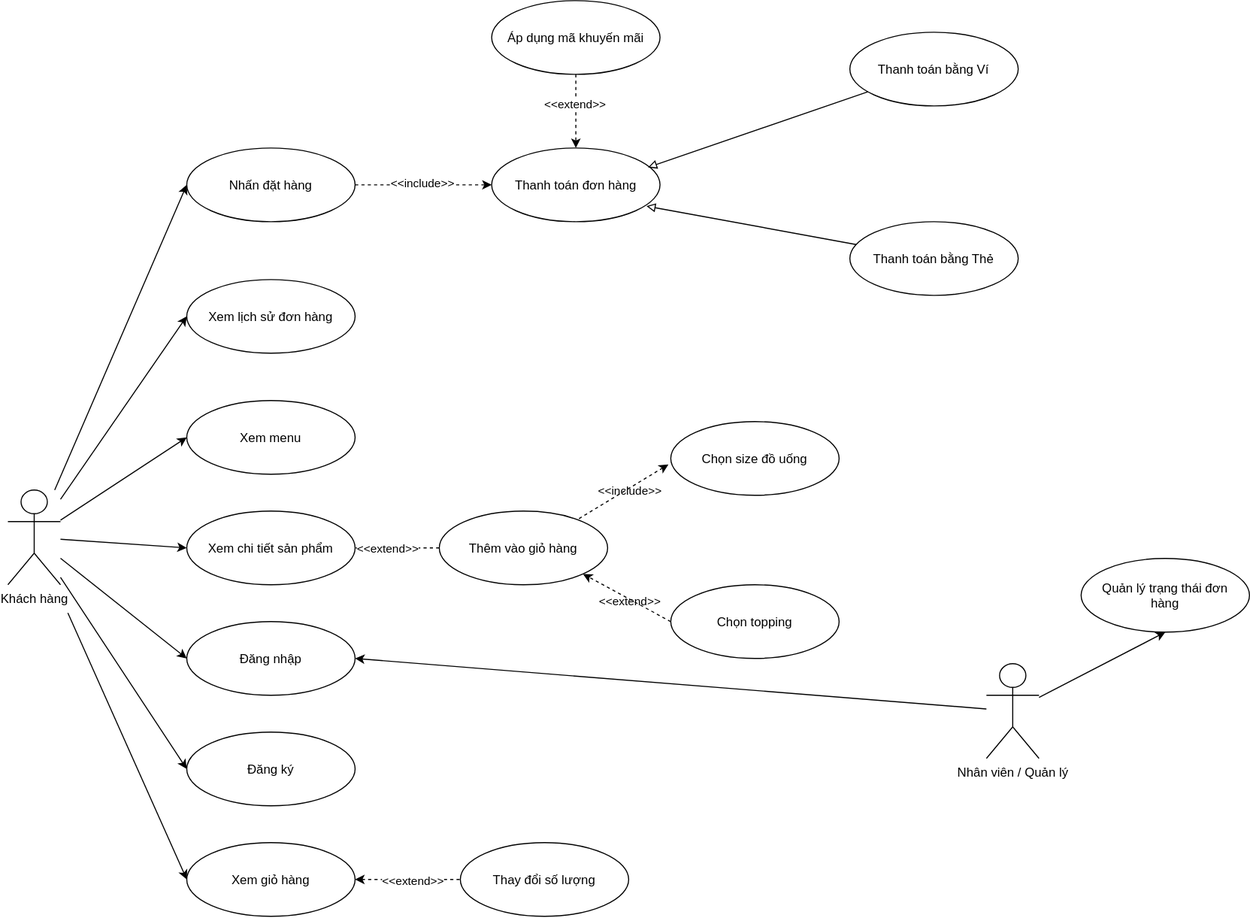
This is docs/requirements/use-case-overview.svg from StarH6/brewlite_as2, a draw.io export, as it was before one commit. Source tidied: cells renumbered, new cells last; positions are measured from the earlier drawing's top-left corner, leaving out a move shared by most shapes.
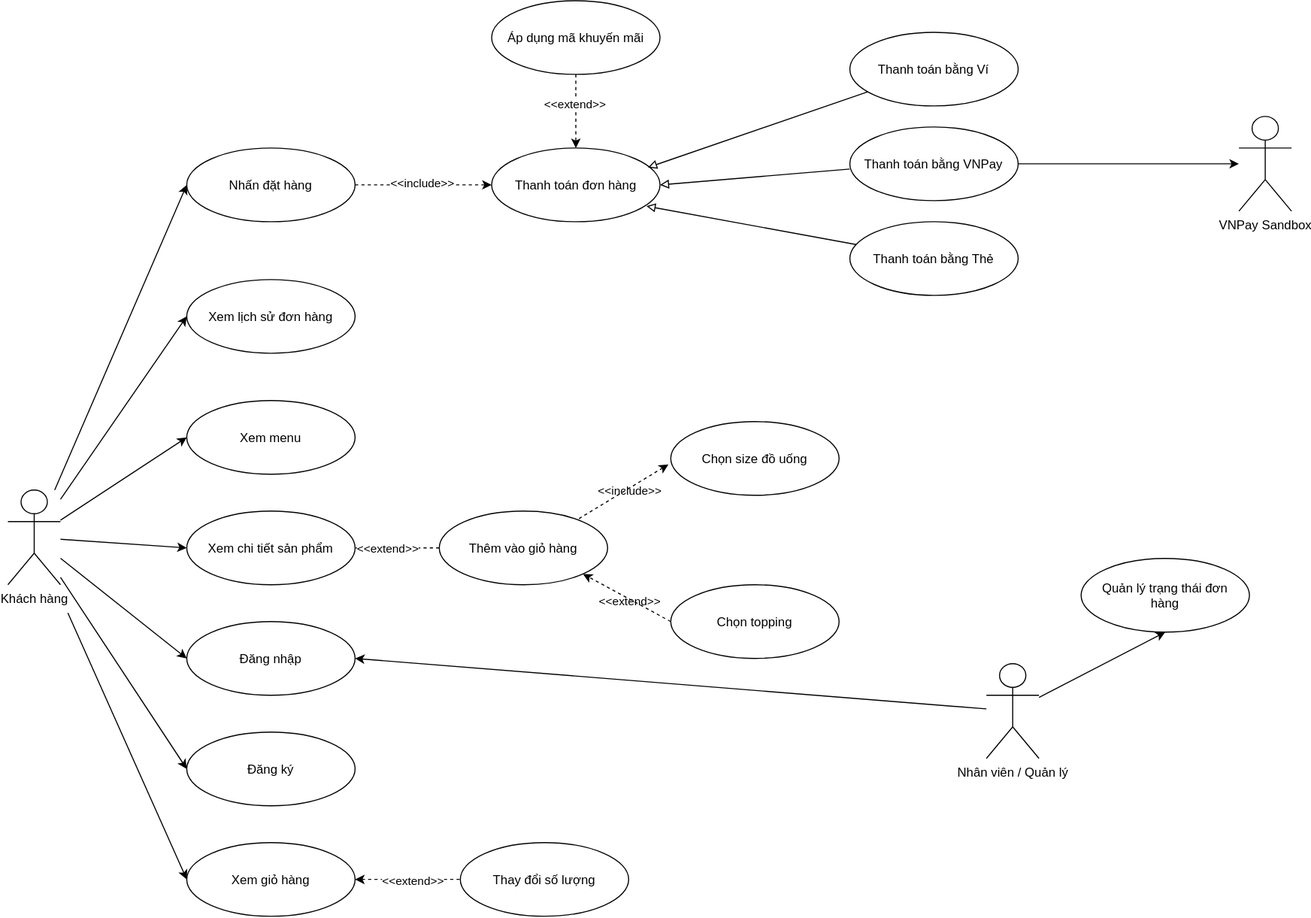
Later version of the same file.

Commit message:
docs: Thêm vào use case VNPay, actor VNPay cho sơ đồ Use case thanh toán và tổng quát

Diff of the diagram source:
```diff
@@ -129,5 +129,19 @@
     <mxCell id="42" style="rounded=0;jettySize=auto;html=1;entryX=0.92;entryY=0.789;entryDx=0;entryDy=0;entryPerimeter=0;defaultLabelBackgroundColor=page;labelPadding=0 4;endArrow=block;endFill=0;" parent="1" edge="1" source="36" target="31">
       <mxGeometry relative="1" as="geometry" />
     </mxCell>
+    <mxCell id="43" value="&lt;div&gt;VNPay Sandbox&lt;/div&gt;&lt;div&gt;&lt;br&gt;&lt;/div&gt;" style="shape=umlActor;verticalLabelPosition=bottom;verticalAlign=top;html=1;outlineConnect=0;labelPerimeter=1;" parent="1" vertex="1">
+      <mxGeometry x="1170" y="110" width="50" height="90" as="geometry" />
+    </mxCell>
+    <mxCell id="44" style="edgeStyle=orthogonalEdgeStyle;curved=1;rounded=0;curveGeometry=1;jettySize=auto;html=1;defaultLabelBackgroundColor=page;labelPadding=0 4;" parent="1" edge="1" source="45" target="43">
+      <mxGeometry relative="1" as="geometry" />
+    </mxCell>
+    <mxCell id="45" value="Thanh toán bằng VNPay" style="ellipse;whiteSpace=wrap;html=1;shapeInside=1;" parent="1" vertex="1">
+      <mxGeometry x="800.2" y="120" width="160" height="70" as="geometry" />
+    </mxCell>
+    <mxCell id="46" style="rounded=0;jettySize=auto;html=1;entryX=1;entryY=0.5;entryDx=0;entryDy=0;defaultLabelBackgroundColor=page;labelPadding=0 4;endArrow=block;endFill=0;" parent="1" edge="1" target="31">
+      <mxGeometry relative="1" as="geometry">
+        <mxPoint x="800" y="160" as="sourcePoint" />
+      </mxGeometry>
+    </mxCell>
   </root>
 </mxGraphModel>
```
